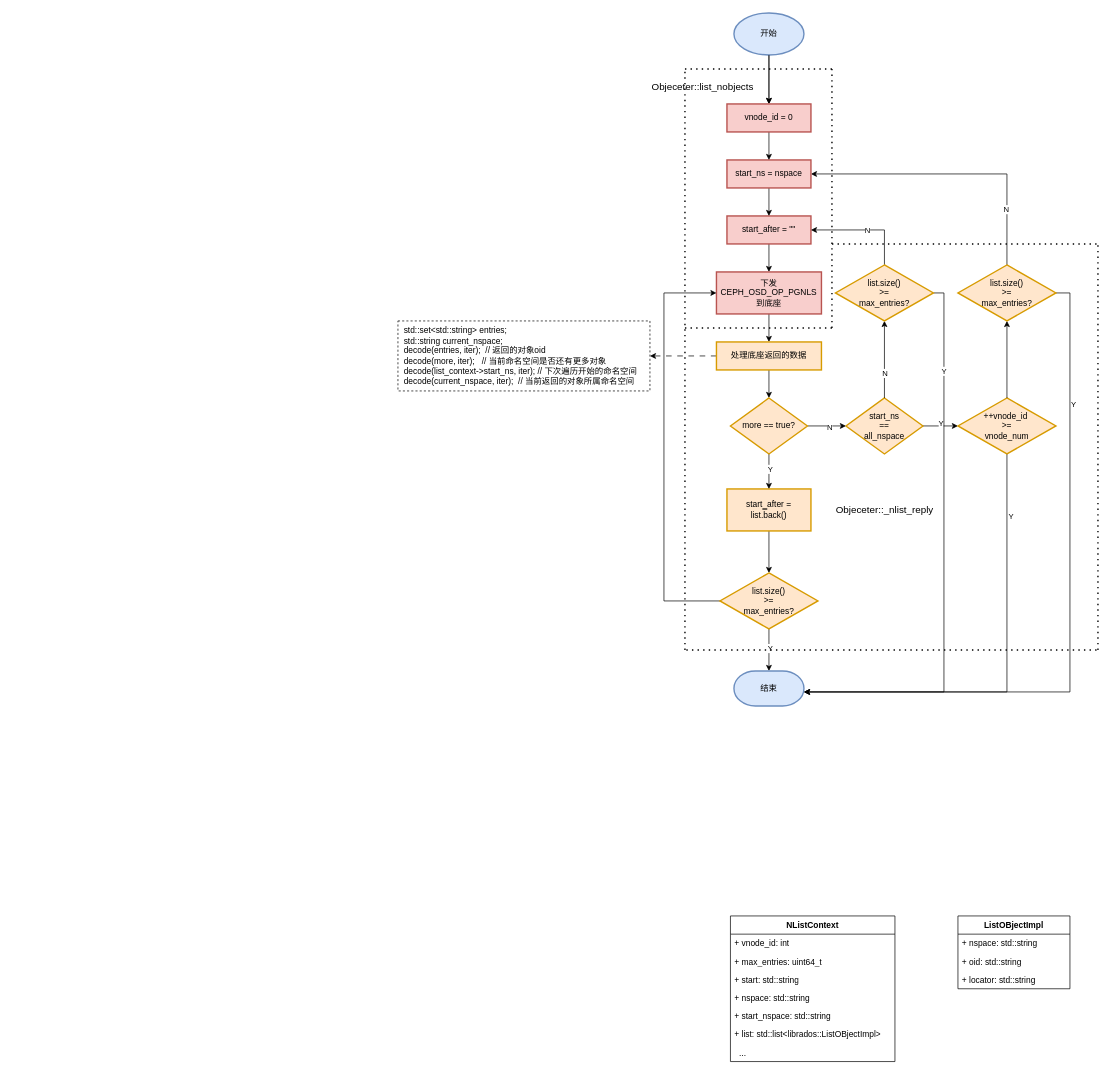
Above: page "工作" (3 of 3) of leveldb.drawio in liutimo/images_bed (draw.io), before the change. Source tidied: cells renumbered, new cells numbered last; positions are measured from the earlier drawing's top-left corner, leaving out a move shared by most shapes. Both pictures are drawn from the tidied source at 70%, with x=0, y=0 at pixel (398, 13).
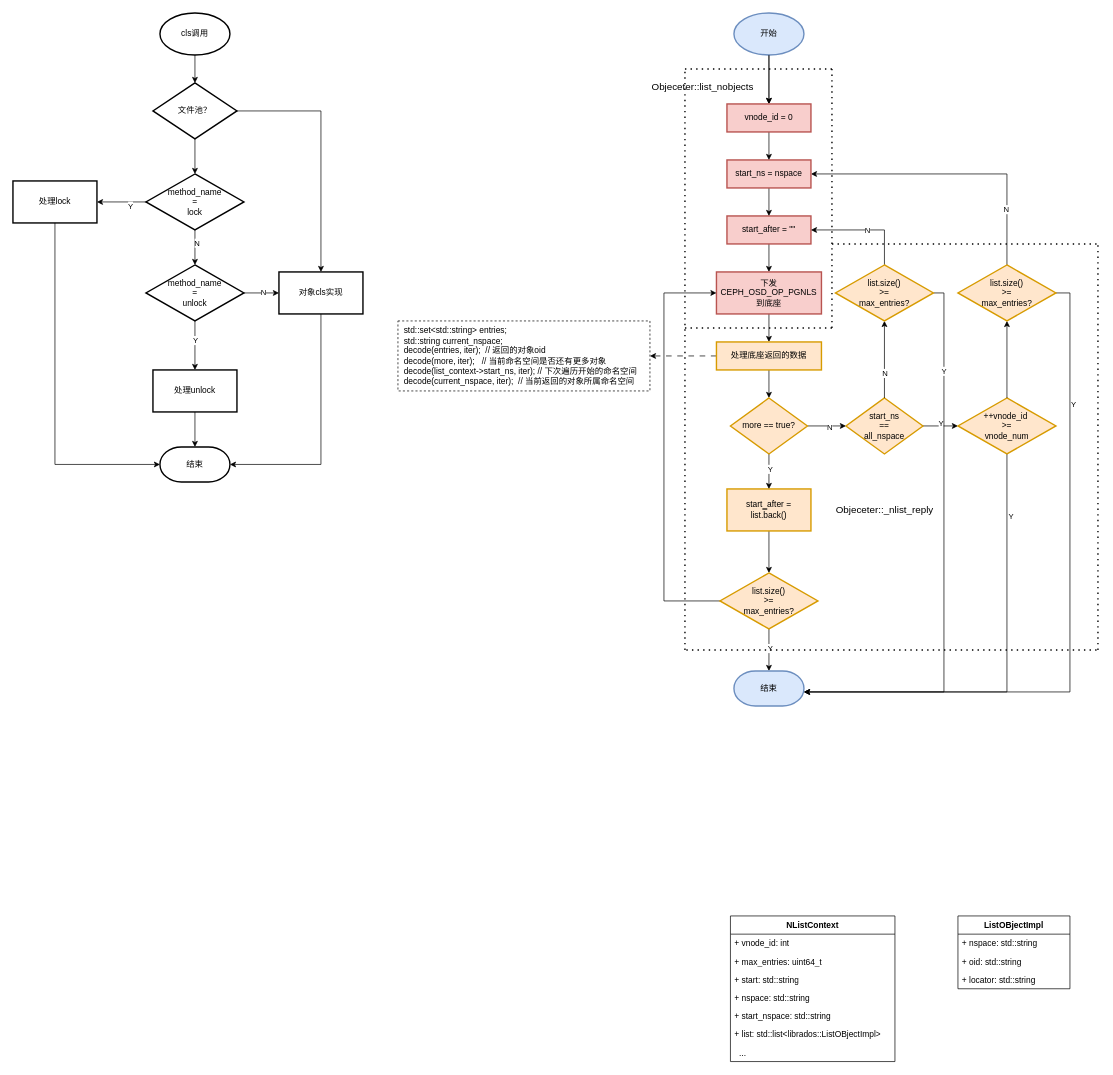
The same diagram, later.

What changed in the source:
```diff
@@
+    <mxCell id="70" style="edgeStyle=orthogonalEdgeStyle;rounded=0;jettySize=auto;html=1;" parent="1" edge="1" source="71" target="74">
+      <mxGeometry relative="1" as="geometry" />
+    </mxCell>
+    <mxCell id="71" value="cls调用" style="strokeWidth=2;html=1;shape=mxgraph.flowchart.start_1;whiteSpace=wrap;" parent="1" vertex="1">
+      <mxGeometry x="-340" width="100" height="60" as="geometry" />
+    </mxCell>
+    <mxCell id="72" style="edgeStyle=orthogonalEdgeStyle;rounded=0;jettySize=auto;html=1;" parent="1" edge="1" source="74" target="79">
+      <mxGeometry relative="1" as="geometry" />
+    </mxCell>
+    <mxCell id="73" style="edgeStyle=orthogonalEdgeStyle;rounded=0;jettySize=auto;html=1;" parent="1" edge="1" source="74" target="86">
+      <mxGeometry relative="1" as="geometry" />
+    </mxCell>
+    <mxCell id="74" value="文件池？" style="rhombus;whiteSpace=wrap;html=1;strokeWidth=2;" parent="1" vertex="1">
+      <mxGeometry x="-350" y="100" width="120" height="80" as="geometry" />
+    </mxCell>
+    <mxCell id="75" style="edgeStyle=orthogonalEdgeStyle;rounded=0;jettySize=auto;html=1;" parent="1" edge="1" source="79" target="84">
+      <mxGeometry relative="1" as="geometry" />
+    </mxCell>
+    <mxCell id="76" value="N" style="edgeLabel;html=1;align=center;verticalAlign=middle;" parent="75" vertex="1">
+      <mxGeometry x="-0.28" y="2" relative="1" as="geometry" />
+    </mxCell>
+    <mxCell id="77" style="edgeStyle=orthogonalEdgeStyle;rounded=0;jettySize=auto;html=1;" parent="1" edge="1" source="79" target="87">
+      <mxGeometry relative="1" as="geometry" />
+    </mxCell>
+    <mxCell id="78" value="Y" style="edgeLabel;html=1;align=center;verticalAlign=middle;" parent="77" vertex="1">
+      <mxGeometry x="-0.35" y="5" relative="1" as="geometry" />
+    </mxCell>
+    <mxCell id="79" value="method_name&lt;div&gt;=&lt;/div&gt;&lt;div&gt;lock&lt;/div&gt;" style="rhombus;whiteSpace=wrap;html=1;strokeWidth=2;" parent="1" vertex="1">
+      <mxGeometry x="-360" y="230" width="140" height="80" as="geometry" />
+    </mxCell>
+    <mxCell id="80" style="edgeStyle=orthogonalEdgeStyle;rounded=0;jettySize=auto;html=1;" parent="1" edge="1" source="84" target="86">
+      <mxGeometry relative="1" as="geometry" />
+    </mxCell>
+    <mxCell id="81" value="N" style="edgeLabel;html=1;align=center;verticalAlign=middle;" parent="80" vertex="1">
+      <mxGeometry x="0.08" y="2" relative="1" as="geometry" />
+    </mxCell>
+    <mxCell id="82" style="edgeStyle=orthogonalEdgeStyle;rounded=0;jettySize=auto;html=1;" parent="1" edge="1" source="84" target="89">
+      <mxGeometry relative="1" as="geometry" />
+    </mxCell>
+    <mxCell id="83" value="Y" style="edgeLabel;html=1;align=center;verticalAlign=middle;" parent="82" vertex="1">
+      <mxGeometry x="-0.23" relative="1" as="geometry" />
+    </mxCell>
+    <mxCell id="84" value="method_name&lt;div&gt;=&lt;/div&gt;&lt;div&gt;unlock&lt;/div&gt;" style="rhombus;whiteSpace=wrap;html=1;strokeWidth=2;" parent="1" vertex="1">
+      <mxGeometry x="-360" y="360" width="140" height="80" as="geometry" />
+    </mxCell>
+    <mxCell id="85" style="edgeStyle=orthogonalEdgeStyle;rounded=0;jettySize=auto;html=1;" parent="1" edge="1" source="86" target="90">
+      <mxGeometry relative="1" as="geometry">
+        <Array as="points">
+          <mxPoint x="-110" y="645" />
+        </Array>
+      </mxGeometry>
+    </mxCell>
+    <mxCell id="86" value="对象cls实现" style="whiteSpace=wrap;html=1;strokeWidth=2;" parent="1" vertex="1">
+      <mxGeometry x="-170" y="370" width="120" height="60" as="geometry" />
+    </mxCell>
+    <mxCell id="87" value="处理lock" style="whiteSpace=wrap;html=1;strokeWidth=2;" parent="1" vertex="1">
+      <mxGeometry x="-550" y="240" width="120" height="60" as="geometry" />
+    </mxCell>
+    <mxCell id="88" style="edgeStyle=orthogonalEdgeStyle;rounded=0;jettySize=auto;html=1;" parent="1" edge="1" source="89" target="90">
+      <mxGeometry relative="1" as="geometry" />
+    </mxCell>
+    <mxCell id="89" value="处理unlock" style="whiteSpace=wrap;html=1;strokeWidth=2;" parent="1" vertex="1">
+      <mxGeometry x="-350" y="510" width="120" height="60" as="geometry" />
+    </mxCell>
+    <mxCell id="90" value="结束" style="strokeWidth=2;html=1;shape=mxgraph.flowchart.terminator;whiteSpace=wrap;" parent="1" vertex="1">
+      <mxGeometry x="-340" y="620" width="100" height="50" as="geometry" />
+    </mxCell>
+    <mxCell id="91" style="edgeStyle=orthogonalEdgeStyle;rounded=0;jettySize=auto;html=1;" parent="1" edge="1" target="90">
+      <mxGeometry relative="1" as="geometry">
+        <mxPoint x="-490" y="300" as="sourcePoint" />
+        <Array as="points">
+          <mxPoint x="-490" y="645" />
+        </Array>
+      </mxGeometry>
+    </mxCell>
```
